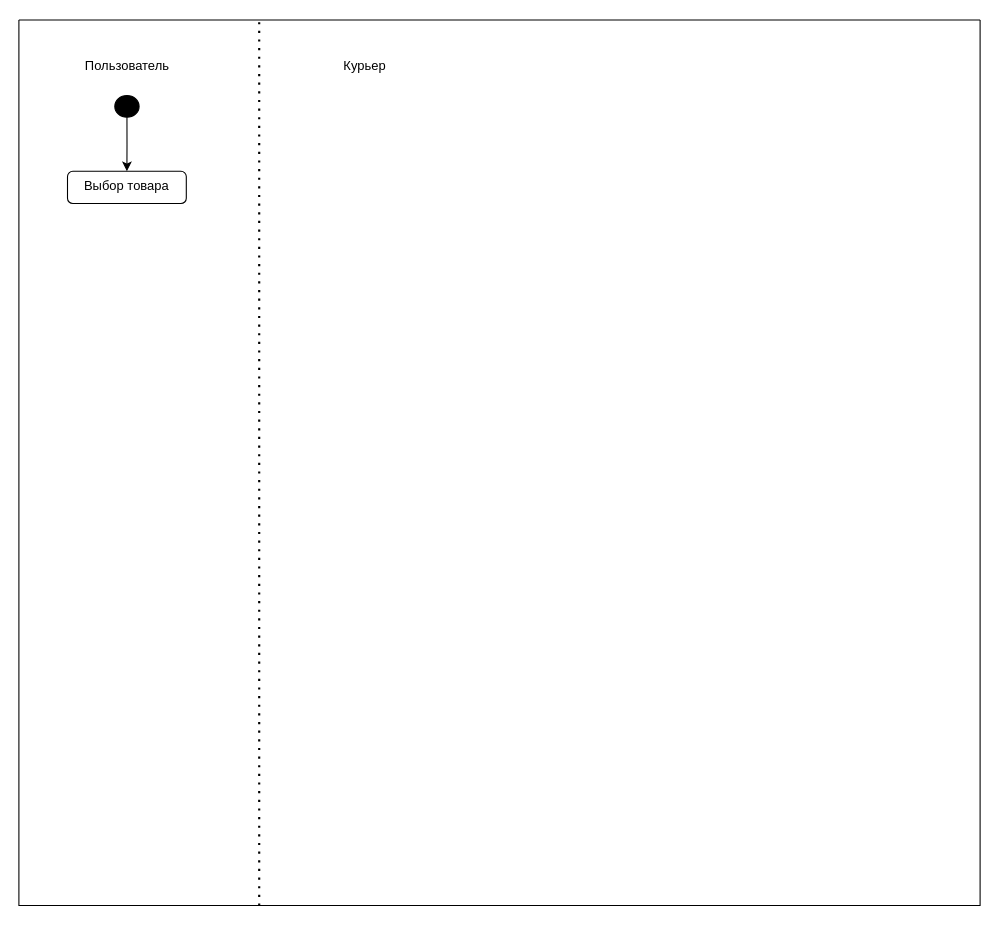
Before: ДиаграммаДеятельности.drawio in hard-gainer/UML, a draw.io diagram. Source tidied: cells renumbered, new cells numbered last; positions are measured from the earlier drawing's top-left corner, leaving out a move shared by most shapes. Both pictures are drawn from the tidied source at 108%, with x=0, y=0 at pixel (18, 19).
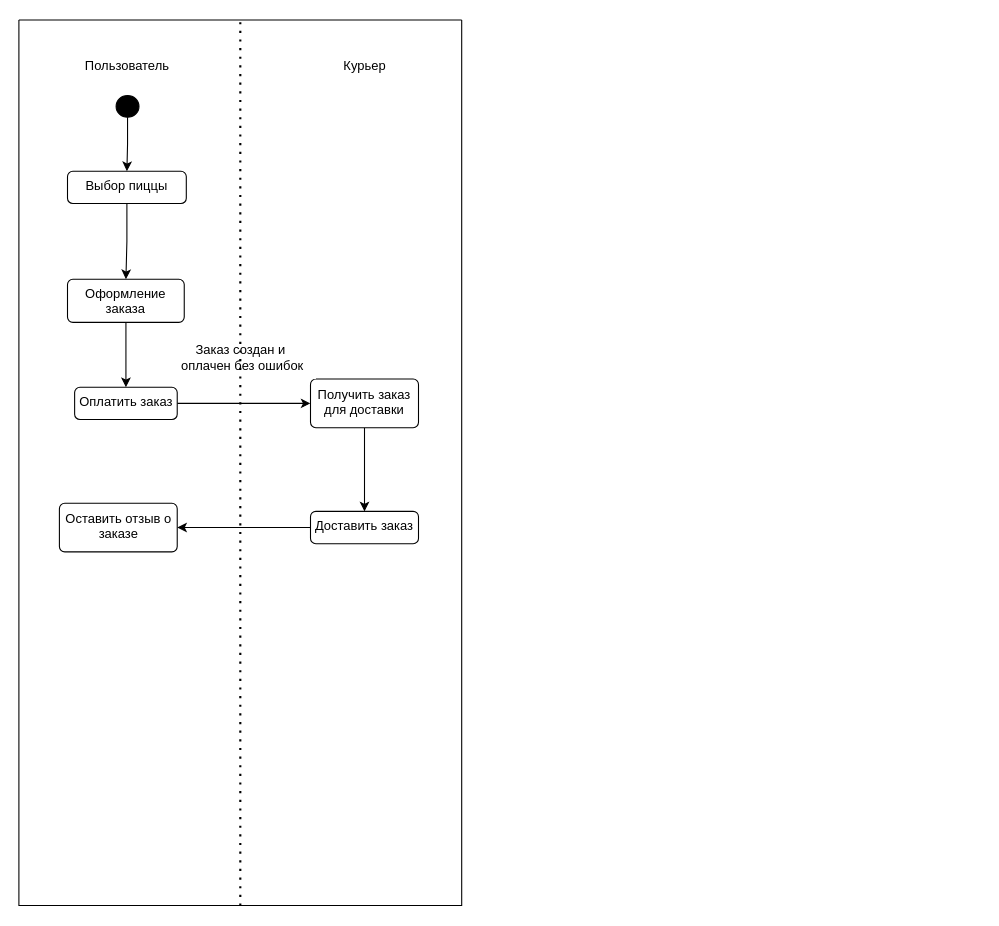
The same page after the edit.

Diff of the diagram source:
```diff
@@
 <mxGraphModel>
   <root>
     <mxCell id="0" />
     <mxCell id="1" parent="0" />
     <mxCell id="2" style="swimlane;startSize=0;" parent="1" vertex="1">
-      <mxGeometry width="890" height="820" as="geometry" />
+      <mxGeometry width="410" height="820" as="geometry" />
     </mxCell>
+    <mxCell id="9" style="edgeStyle=orthogonalEdgeStyle;rounded=0;jettySize=auto;html=1;" parent="2" edge="1" source="3" target="11">
+      <mxGeometry relative="1" as="geometry" />
+    </mxCell>
-    <mxCell id="3" value="Выбор товара" style="html=1;align=center;verticalAlign=top;rounded=1;absoluteArcSize=1;arcSize=10;dashed=0;whiteSpace=wrap;" parent="2" vertex="1">
+    <mxCell id="3" value="Выбор пиццы" style="html=1;align=center;verticalAlign=top;rounded=1;absoluteArcSize=1;arcSize=10;dashed=0;whiteSpace=wrap;" parent="2" vertex="1">
       <mxGeometry x="45" y="140" width="110" height="30" as="geometry" />
     </mxCell>
     <mxCell id="4" style="edgeStyle=orthogonalEdgeStyle;rounded=0;jettySize=auto;html=1;exitX=0.5;exitY=1;exitDx=0;exitDy=0;entryX=0.5;entryY=0;entryDx=0;entryDy=0;" parent="2" edge="1" source="5" target="3">
       <mxGeometry relative="1" as="geometry" />
     </mxCell>
     <mxCell id="5" style="ellipse;fillColor=strokeColor;html=1;" parent="2" vertex="1">
-      <mxGeometry x="88.8" y="70" width="22.5" height="20" as="geometry" />
+      <mxGeometry x="90" y="70" width="21.2" height="20" as="geometry" />
     </mxCell>
+    <mxCell id="10" style="edgeStyle=orthogonalEdgeStyle;rounded=0;jettySize=auto;html=1;" parent="2" edge="1" source="11" target="13">
+      <mxGeometry relative="1" as="geometry" />
+    </mxCell>
+    <mxCell id="11" value="Оформление заказа" style="html=1;align=center;verticalAlign=top;rounded=1;absoluteArcSize=1;arcSize=10;dashed=0;whiteSpace=wrap;" parent="2" vertex="1">
+      <mxGeometry x="45" y="240" width="108.1" height="40" as="geometry" />
+    </mxCell>
+    <mxCell id="12" style="edgeStyle=orthogonalEdgeStyle;rounded=0;jettySize=auto;html=1;entryX=0;entryY=0.5;entryDx=0;entryDy=0;" parent="2" edge="1" source="13" target="15">
+      <mxGeometry relative="1" as="geometry" />
+    </mxCell>
+    <mxCell id="13" value="Оплатить заказ" style="html=1;align=center;verticalAlign=top;rounded=1;absoluteArcSize=1;arcSize=10;dashed=0;whiteSpace=wrap;" parent="2" vertex="1">
+      <mxGeometry x="51.6" y="340" width="95" height="30" as="geometry" />
+    </mxCell>
+    <mxCell id="14" style="edgeStyle=orthogonalEdgeStyle;rounded=0;jettySize=auto;html=1;" parent="2" edge="1" source="15" target="17">
+      <mxGeometry relative="1" as="geometry" />
+    </mxCell>
+    <mxCell id="15" value="Получить заказ для доставки" style="html=1;align=center;verticalAlign=top;rounded=1;absoluteArcSize=1;arcSize=10;dashed=0;whiteSpace=wrap;" parent="2" vertex="1">
+      <mxGeometry x="270" y="332.5" width="100" height="45" as="geometry" />
+    </mxCell>
+    <mxCell id="16" style="edgeStyle=orthogonalEdgeStyle;rounded=0;jettySize=auto;html=1;entryX=1;entryY=0.5;entryDx=0;entryDy=0;" parent="2" edge="1" source="17" target="19">
+      <mxGeometry relative="1" as="geometry" />
+    </mxCell>
+    <mxCell id="17" value="Доставить заказ" style="html=1;align=center;verticalAlign=top;rounded=1;absoluteArcSize=1;arcSize=10;dashed=0;whiteSpace=wrap;" parent="2" vertex="1">
+      <mxGeometry x="270" y="455" width="100" height="30" as="geometry" />
+    </mxCell>
+    <mxCell id="18" value="Заказ создан и&lt;div&gt;&amp;nbsp;оплачен без ошибок&lt;/div&gt;" style="text;html=1;align=center;verticalAlign=middle;strokeColor=none;fillColor=default;" parent="2" vertex="1">
+      <mxGeometry x="135" y="292.5" width="140" height="40" as="geometry" />
+    </mxCell>
+    <mxCell id="19" value="Оставить отзыв о заказе" style="html=1;align=center;verticalAlign=top;rounded=1;absoluteArcSize=1;arcSize=10;dashed=0;whiteSpace=wrap;" parent="2" vertex="1">
+      <mxGeometry x="37.5" y="447.5" width="109.1" height="45" as="geometry" />
+    </mxCell>
-    <mxCell id="6" style="endArrow=none;dashed=1;html=1;dashPattern=1 3;strokeWidth=2;rounded=0;entryX=0.25;entryY=0;entryDx=0;entryDy=0;exitX=0.25;exitY=1;exitDx=0;exitDy=0;" parent="1" edge="1" source="2" target="2">
+    <mxCell id="6" style="endArrow=none;dashed=1;html=1;dashPattern=1 3;strokeWidth=2;rounded=0;entryX=0.5;entryY=0;entryDx=0;entryDy=0;exitX=0.5;exitY=1;exitDx=0;exitDy=0;" parent="1" edge="1" source="2" target="2">
       <mxGeometry relative="1" as="geometry" />
     </mxCell>
     <mxCell id="7" value="Пользователь" style="text;html=1;align=center;verticalAlign=middle;strokeColor=none;fillColor=none;" parent="1" vertex="1">
       <mxGeometry x="50" y="28" width="100" height="30" as="geometry" />
     </mxCell>
     <mxCell id="8" value="Курьер" style="text;html=1;align=center;verticalAlign=middle;strokeColor=none;fillColor=none;" parent="1" vertex="1">
       <mxGeometry x="290" y="28" width="60" height="30" as="geometry" />
     </mxCell>
   </root>
 </mxGraphModel>
```
